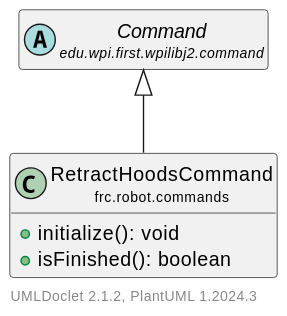
The PlantUML diagram docs/uml/frc/robot/commands/RetractHoodsCommand.svg in LakotaRobotics1038/2026RobotProject, before a commit.
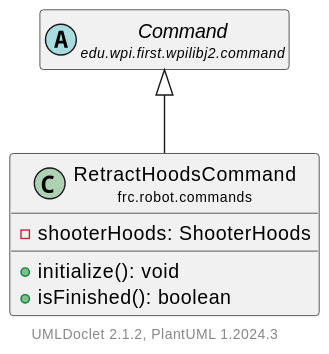
The same file after the commit.

What changed in the source:
```diff
@@ -4,6 +4,7 @@
     hide empty methods
 
     class "<size:14>RetractHoodsCommand\n<size:10>frc.robot.commands" as frc.robot.commands.RetractHoodsCommand [[RetractHoodsCommand.html]] {
+        -shooterHoods: ShooterHoods
         +initialize(): void
         +isFinished(): boolean
     }
```
